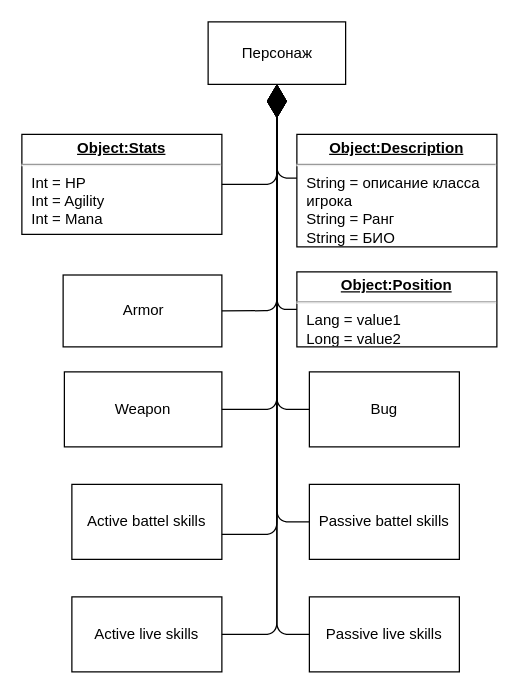
This is page "Person" (9 of 14) of Architecture.drawio from PhoenixVRN/Mafia, a draw.io file, before an edit. Source tidied: cells renumbered, new cells numbered last; positions are measured from the earlier drawing's top-left corner, leaving out a move shared by most shapes. Both pictures are drawn from the tidied source at 125%, with x=0, y=0 at pixel (21, 21).
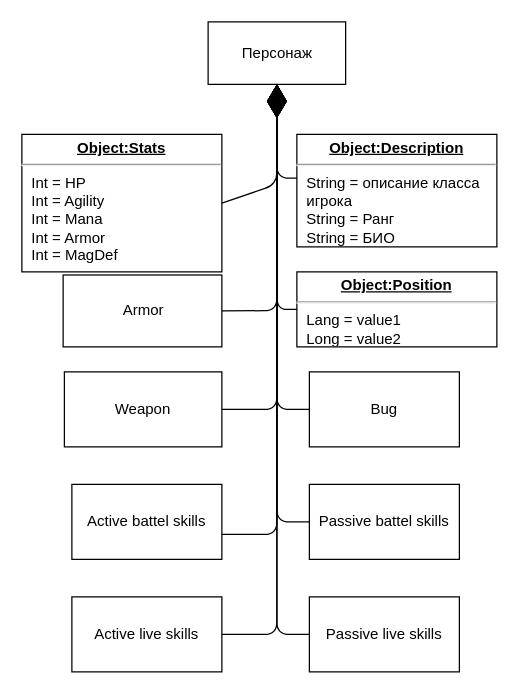
After the change.

Diff of the diagram source:
```diff
@@
-    <mxCell id="5" value="&lt;p style=&quot;margin: 0px ; margin-top: 4px ; text-align: center ; text-decoration: underline&quot;&gt;&lt;b&gt;Object:Stats&lt;/b&gt;&lt;/p&gt;&lt;hr&gt;&lt;p style=&quot;margin: 0px ; margin-left: 8px&quot;&gt;Int = HP&lt;br&gt;Int = Agility&lt;br&gt;Int = Mana&lt;/p&gt;" style="verticalAlign=top;align=left;overflow=fill;fontSize=12;fontFamily=Helvetica;html=1;" parent="1" vertex="1">
-      <mxGeometry y="90" width="160" height="80" as="geometry" />
+    <mxCell id="5" value="&lt;p style=&quot;margin: 0px ; margin-top: 4px ; text-align: center ; text-decoration: underline&quot;&gt;&lt;b&gt;Object:Stats&lt;/b&gt;&lt;/p&gt;&lt;hr&gt;&lt;p style=&quot;margin: 0px ; margin-left: 8px&quot;&gt;Int = HP&lt;br&gt;Int = Agility&lt;br&gt;Int = Mana&lt;/p&gt;&lt;p style=&quot;margin: 0px ; margin-left: 8px&quot;&gt;Int = Armor&lt;/p&gt;&lt;p style=&quot;margin: 0px ; margin-left: 8px&quot;&gt;Int = MagDef&lt;/p&gt;&lt;p style=&quot;margin: 0px ; margin-left: 8px&quot;&gt;&lt;br&gt;&lt;/p&gt;&lt;p style=&quot;margin: 0px ; margin-left: 8px&quot;&gt;&lt;br&gt;&lt;/p&gt;" style="verticalAlign=top;align=left;overflow=fill;fontSize=12;fontFamily=Helvetica;html=1;" parent="1" vertex="1">
+      <mxGeometry y="90" width="160" height="110" as="geometry" />
     </mxCell>
```
